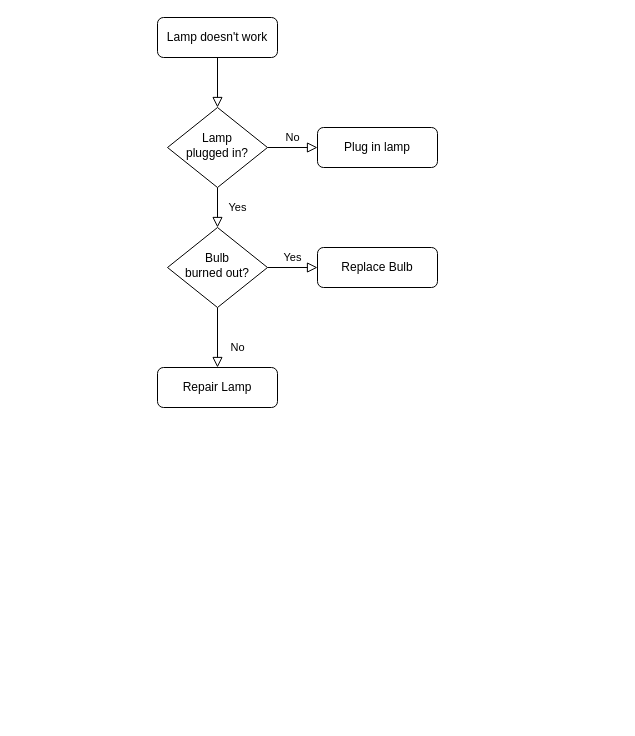
The draw.io diagram Untitled Diagram.drawio in hy47/Learn-Notes, before the edit. Source tidied: cells renumbered, new cells numbered last; positions are measured from the earlier drawing's top-left corner, leaving out a move shared by most shapes. Both pictures are drawn from the tidied source at 100%, with x=0, y=0 at pixel (157, 17).
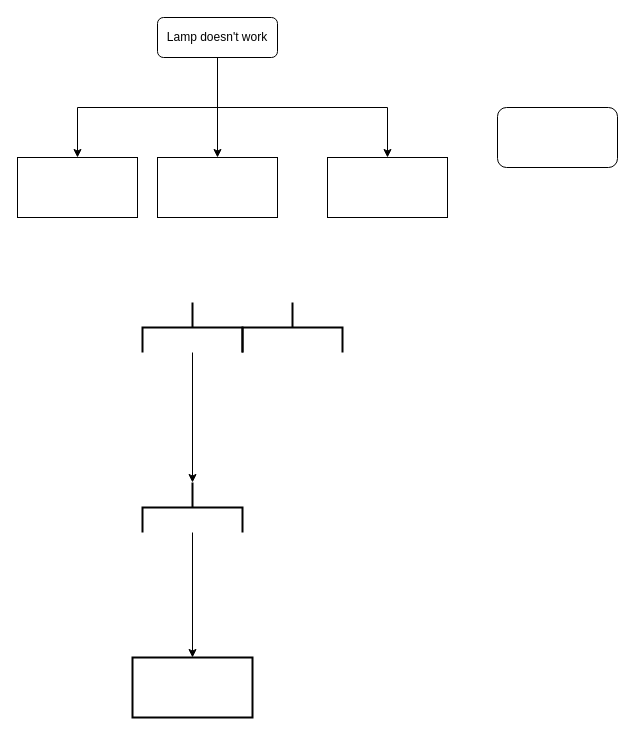
After the change.

The change refers to these unchanged cells:
```xml
<mxCell id="3" value="Lamp doesn't work" style="rounded=1;whiteSpace=wrap;html=1;fontSize=12;glass=0;strokeWidth=1;shadow=0;" parent="1" vertex="1">
  <mxGeometry width="120" height="40" as="geometry" />
</mxCell>
```

Change to the diagram source:
```diff
@@
-    <mxCell id="2" style="rounded=0;html=1;jettySize=auto;fontSize=11;endArrow=block;endFill=0;endSize=8;strokeWidth=1;shadow=0;labelBackgroundColor=none;edgeStyle=orthogonalEdgeStyle;" parent="1" edge="1" source="3" target="6">
-      <mxGeometry relative="1" as="geometry" />
-    </mxCell>
+    <mxCell id="13" style="edgeStyle=orthogonalEdgeStyle;rounded=0;jettySize=auto;html=1;exitX=0.5;exitY=1;exitDx=0;exitDy=0;" parent="1" edge="1" source="3">
+      <mxGeometry relative="1" as="geometry">
+        <mxPoint x="60" y="140" as="targetPoint" />
+      </mxGeometry>
+    </mxCell>
+    <mxCell id="14" style="edgeStyle=orthogonalEdgeStyle;rounded=0;jettySize=auto;html=1;exitX=0.75;exitY=1;exitDx=0;exitDy=0;entryX=0.5;entryY=0;entryDx=0;entryDy=0;" parent="1" edge="1" source="3" target="17">
+      <mxGeometry relative="1" as="geometry">
+        <Array as="points">
+          <mxPoint x="60" y="40" />
+          <mxPoint x="60" y="90" />
+          <mxPoint x="230" y="90" />
+        </Array>
+      </mxGeometry>
+    </mxCell>
+    <mxCell id="15" style="edgeStyle=orthogonalEdgeStyle;rounded=0;jettySize=auto;html=1;exitX=0.5;exitY=1;exitDx=0;exitDy=0;entryX=0.5;entryY=0;entryDx=0;entryDy=0;" parent="1" edge="1" source="3" target="18">
+      <mxGeometry relative="1" as="geometry">
+        <Array as="points">
+          <mxPoint x="60" y="90" />
+          <mxPoint x="-80" y="90" />
+        </Array>
+      </mxGeometry>
+    </mxCell>
@@
-    <mxCell id="4" value="Yes" style="rounded=0;html=1;jettySize=auto;fontSize=11;endArrow=block;endFill=0;endSize=8;strokeWidth=1;shadow=0;labelBackgroundColor=none;edgeStyle=orthogonalEdgeStyle;" parent="1" edge="1" source="6" target="10">
-      <mxGeometry y="20" relative="1" as="geometry" />
-    </mxCell>
-    <mxCell id="5" value="No" style="edgeStyle=orthogonalEdgeStyle;rounded=0;html=1;jettySize=auto;fontSize=11;endArrow=block;endFill=0;endSize=8;strokeWidth=1;shadow=0;labelBackgroundColor=none;" parent="1" edge="1" source="6" target="7">
-      <mxGeometry y="10" relative="1" as="geometry" />
-    </mxCell>
-    <mxCell id="6" value="Lamp&lt;br&gt;plugged in?" style="rhombus;whiteSpace=wrap;html=1;shadow=0;fontFamily=Helvetica;fontSize=12;align=center;strokeWidth=1;spacing=6;spacingTop=-4;" parent="1" vertex="1">
-      <mxGeometry x="10" y="90" width="100" height="80" as="geometry" />
-    </mxCell>
-    <mxCell id="7" value="Plug in lamp" style="rounded=1;whiteSpace=wrap;html=1;fontSize=12;glass=0;strokeWidth=1;shadow=0;" parent="1" vertex="1">
-      <mxGeometry x="160" y="110" width="120" height="40" as="geometry" />
-    </mxCell>
-    <mxCell id="8" value="No" style="rounded=0;html=1;jettySize=auto;fontSize=11;endArrow=block;endFill=0;endSize=8;strokeWidth=1;shadow=0;labelBackgroundColor=none;edgeStyle=orthogonalEdgeStyle;" parent="1" edge="1" source="10" target="11">
-      <mxGeometry x="0.33" y="20" relative="1" as="geometry" />
-    </mxCell>
-    <mxCell id="9" value="Yes" style="edgeStyle=orthogonalEdgeStyle;rounded=0;html=1;jettySize=auto;fontSize=11;endArrow=block;endFill=0;endSize=8;strokeWidth=1;shadow=0;labelBackgroundColor=none;" parent="1" edge="1" source="10" target="12">
-      <mxGeometry y="10" relative="1" as="geometry" />
-    </mxCell>
-    <mxCell id="10" value="Bulb&lt;br&gt;burned out?" style="rhombus;whiteSpace=wrap;html=1;shadow=0;fontFamily=Helvetica;fontSize=12;align=center;strokeWidth=1;spacing=6;spacingTop=-4;" parent="1" vertex="1">
-      <mxGeometry x="10" y="210" width="100" height="80" as="geometry" />
-    </mxCell>
-    <mxCell id="11" value="Repair Lamp" style="rounded=1;whiteSpace=wrap;html=1;fontSize=12;glass=0;strokeWidth=1;shadow=0;" parent="1" vertex="1">
-      <mxGeometry y="350" width="120" height="40" as="geometry" />
-    </mxCell>
-    <mxCell id="12" value="Replace Bulb" style="rounded=1;whiteSpace=wrap;html=1;fontSize=12;glass=0;strokeWidth=1;shadow=0;" parent="1" vertex="1">
-      <mxGeometry x="160" y="230" width="120" height="40" as="geometry" />
-    </mxCell>
+    <mxCell id="16" style="rounded=0;whiteSpace=wrap;html=1;" parent="1" vertex="1">
+      <mxGeometry y="140" width="120" height="60" as="geometry" />
+    </mxCell>
+    <mxCell id="17" style="rounded=0;whiteSpace=wrap;html=1;" parent="1" vertex="1">
+      <mxGeometry x="170" y="140" width="120" height="60" as="geometry" />
+    </mxCell>
+    <mxCell id="18" style="rounded=0;whiteSpace=wrap;html=1;" parent="1" vertex="1">
+      <mxGeometry x="-140" y="140" width="120" height="60" as="geometry" />
+    </mxCell>
+    <mxCell id="19" style="rounded=1;whiteSpace=wrap;html=1;" parent="1" vertex="1">
+      <mxGeometry x="340" y="90" width="120" height="60" as="geometry" />
+    </mxCell>
+    <mxCell id="20" style="edgeStyle=orthogonalEdgeStyle;rounded=0;jettySize=auto;html=1;" parent="1" edge="1" source="21" target="24">
+      <mxGeometry relative="1" as="geometry" />
+    </mxCell>
+    <mxCell id="21" style="strokeWidth=2;html=1;shape=mxgraph.flowchart.annotation_2;align=left;labelPosition=right;gradientColor=#ffffff;rotation=90;" parent="1" vertex="1">
+      <mxGeometry x="10" y="260" width="50" height="100" as="geometry" />
+    </mxCell>
+    <mxCell id="22" style="strokeWidth=2;html=1;shape=mxgraph.flowchart.annotation_2;align=left;labelPosition=right;gradientColor=#ffffff;rotation=90;" parent="1" vertex="1">
+      <mxGeometry x="110" y="260" width="50" height="100" as="geometry" />
+    </mxCell>
+    <mxCell id="23" style="edgeStyle=orthogonalEdgeStyle;rounded=0;jettySize=auto;html=1;" parent="1" edge="1" source="24" target="25">
+      <mxGeometry relative="1" as="geometry" />
+    </mxCell>
+    <mxCell id="24" style="strokeWidth=2;html=1;shape=mxgraph.flowchart.annotation_2;align=left;labelPosition=right;gradientColor=#ffffff;rotation=90;" parent="1" vertex="1">
+      <mxGeometry x="10" y="440" width="50" height="100" as="geometry" />
+    </mxCell>
+    <mxCell id="25" style="whiteSpace=wrap;html=1;align=left;strokeWidth=2;gradientColor=#ffffff;" parent="1" vertex="1">
+      <mxGeometry x="-25" y="640" width="120" height="60" as="geometry" />
+    </mxCell>
```
